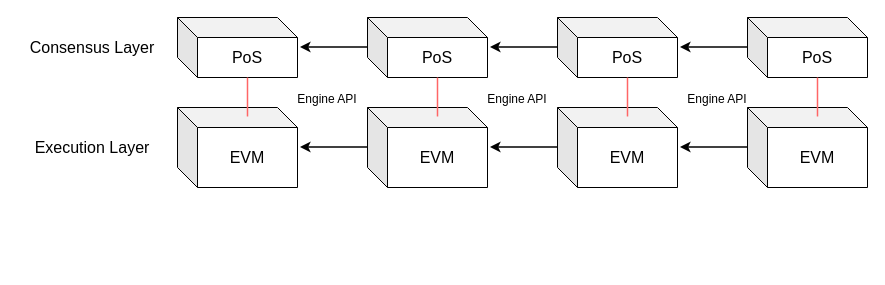
Earlier version of the draw.io diagram ethereum-research/consensus/beacon chain/post-merge ethereum.drawio (0xyicheng/a-research-diagram). Source tidied: cells renumbered, new cells numbered last; positions are measured from the earlier drawing's top-left corner, leaving out a move shared by most shapes. Both pictures are drawn from the tidied source at 100%, with x=0, y=0 at pixel (17, 17).
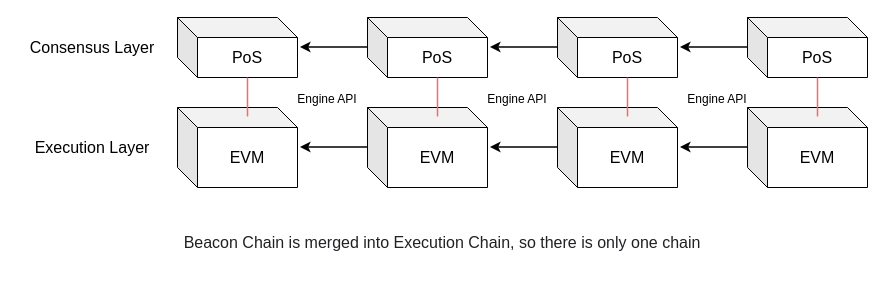
The same diagram, later.

The edit, as a diff of the source:
```diff
@@
+    <mxCell id="25" value="&lt;font style=&quot;font-size: 16px; user-select: auto;&quot;&gt;&lt;br style=&quot;user-select: auto;&quot; class=&quot;Apple-interchange-newline&quot;&gt;&lt;span style=&quot;color: rgb(32, 33, 36); font-family: arial, sans-serif; text-align: left; user-select: auto;&quot;&gt;Beacon Chain is merged into Execution Chain, so there is only one chain&lt;/span&gt;&lt;/font&gt;" style="text;html=1;strokeColor=none;fillColor=none;align=center;verticalAlign=middle;whiteSpace=wrap;rounded=0;" parent="1" vertex="1">
+      <mxGeometry x="90" y="180" width="670" height="70" as="geometry" />
+    </mxCell>
```
